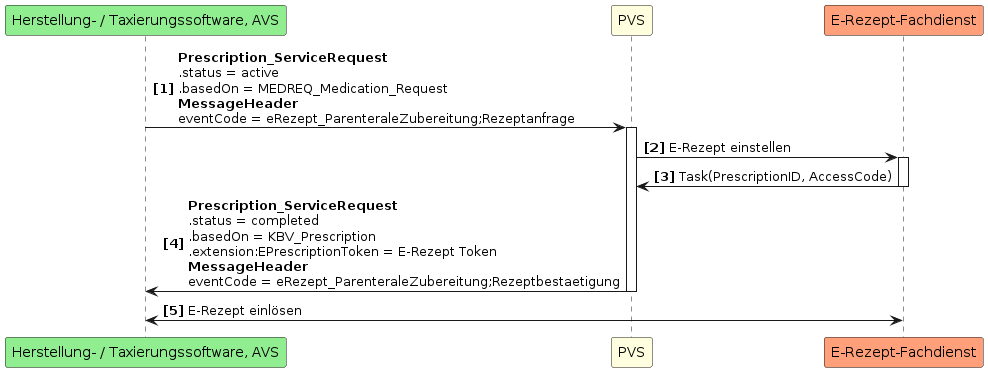
Before: guides/ig-rezeptanforderung/images/puml_images/UC4.png, a diagram exported from PlantUML (gematik/spec-E-Rezept-ServiceRequest).
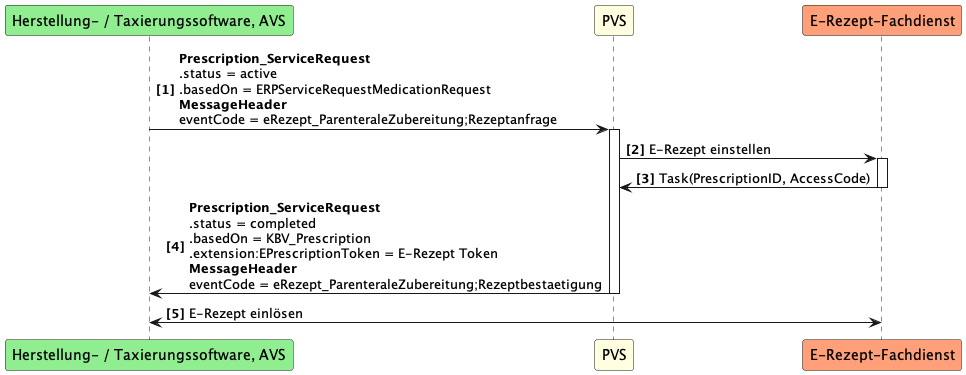
After the change.

Change to the diagram source:
```diff
@@ -4,7 +4,7 @@
 participant PVS as A #LightYellow
 participant "E-Rezept-Fachdienst" as FD #LightSalmon
 
-AP -> A++: <b>Prescription_ServiceRequest \n.status = active \n.basedOn = MEDREQ_Medication_Request \n<b>MessageHeader\neventCode = eRezept_ParenteraleZubereitung;Rezeptanfrage
+AP -> A++: <b>Prescription_ServiceRequest \n.status = active \n.basedOn = ERPServiceRequestMedicationRequest \n<b>MessageHeader\neventCode = eRezept_ParenteraleZubereitung;Rezeptanfrage
 A -> FD++: E-Rezept einstellen
 FD -> A--: Task(PrescriptionID, AccessCode)
 A -> AP--: <b>Prescription_ServiceRequest \n.status = completed \n.basedOn = KBV_Prescription \n.extension:EPrescriptionToken = E-Rezept Token\n<b>MessageHeader\neventCode = eRezept_ParenteraleZubereitung;Rezeptbestaetigung
```
